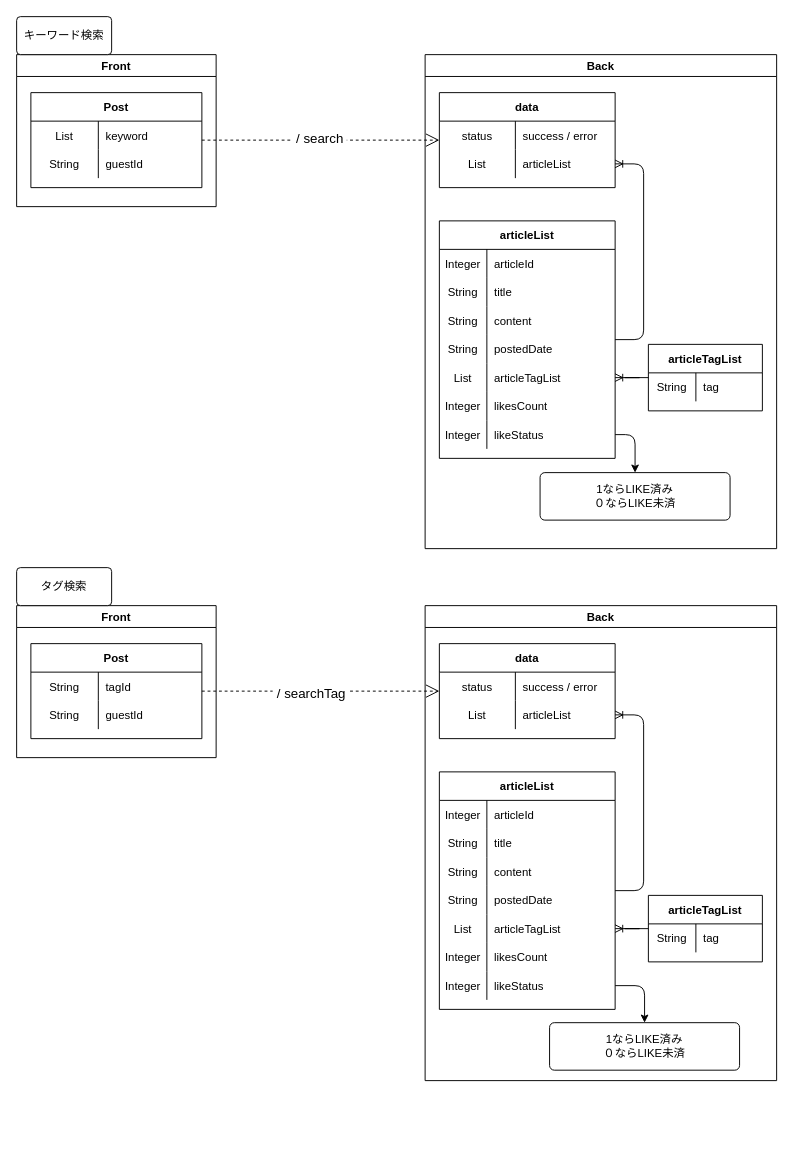
This is page "[表示]検索記事一覧" (3 of 18) of Designs/基本設計.drawio from yusuke-rakus/Qiish, a draw.io file, before an edit. Source tidied: cells renumbered, new cells numbered last; positions are measured from the earlier drawing's top-left corner, leaving out a move shared by most shapes. Both pictures are drawn from the tidied source at 95%, with x=0, y=0 at pixel (16, 16).
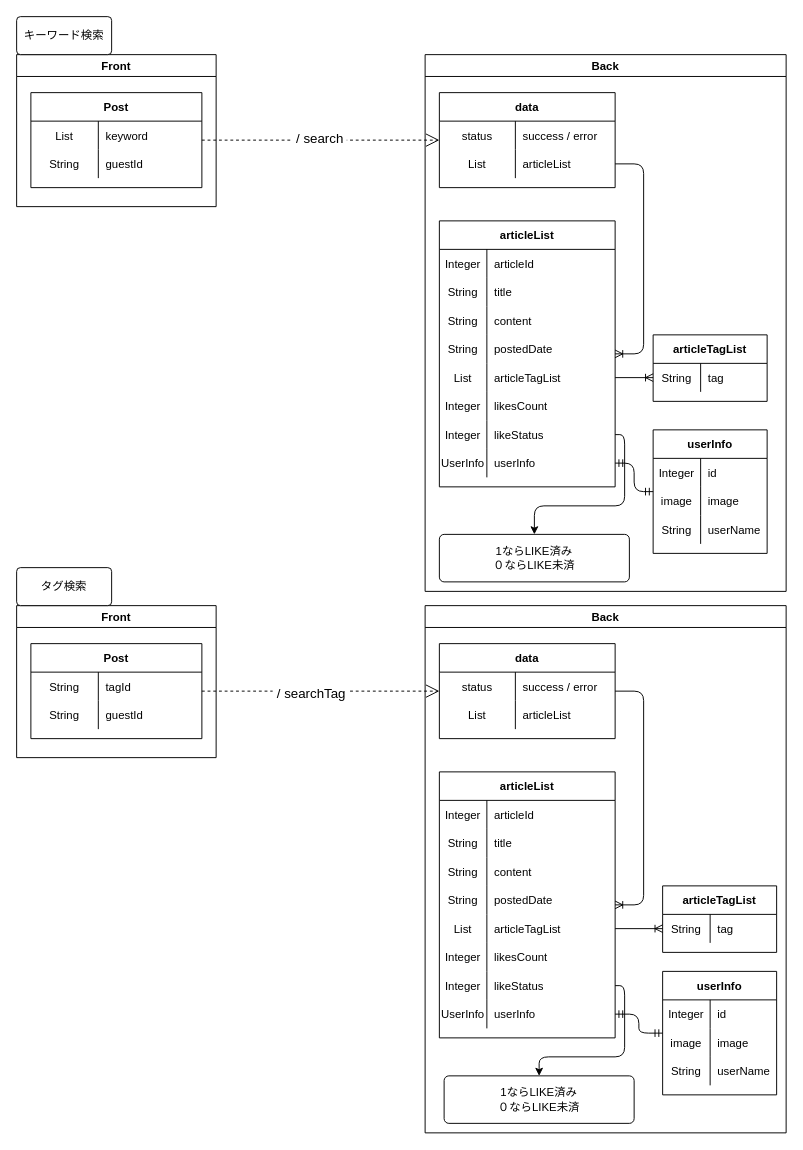
The same page after the edit.

Commit message:
基本設計の修正（キーワード検索、タグ検索）

The change refers to these unchanged cells:
```xml
<mxCell id="7" style="shape=partialRectangle;fillColor=none;top=0;left=0;bottom=0;right=0;points=[[0,0.5],[1,0.5]];portConstraint=eastwest;" parent="3" vertex="1">
  <mxGeometry y="60" width="185" height="30" as="geometry" />
</mxCell>
<mxCell id="23" style="shape=partialRectangle;fillColor=none;top=0;left=0;bottom=0;right=0;points=[[0,0.5],[1,0.5]];portConstraint=eastwest;" parent="10" vertex="1">
  <mxGeometry y="150" width="185" height="30" as="geometry" />
</mxCell>
<mxCell id="29" style="shape=partialRectangle;fillColor=none;top=0;left=0;bottom=0;right=0;points=[[0,0.5],[1,0.5]];portConstraint=eastwest;" parent="10" vertex="1">
  <mxGeometry y="210" width="185" height="30" as="geometry" />
</mxCell>
<mxCell id="33" style="shape=partialRectangle;fillColor=none;top=0;left=0;bottom=0;right=0;points=[[0,0.5],[1,0.5]];portConstraint=eastwest;" parent="32" vertex="1">
  <mxGeometry y="30" width="120" height="30" as="geometry" />
</mxCell>
<mxCell id="51" value="data" style="shape=table;startSize=30;childLayout=tableLayout;rowLines=0;fontStyle=1;align=center;" parent="50" vertex="1">
  <mxGeometry x="15" y="40" width="185" height="100" as="geometry" />
</mxCell>
<mxCell id="55" style="shape=partialRectangle;fillColor=none;top=0;left=0;bottom=0;right=0;points=[[0,0.5],[1,0.5]];portConstraint=eastwest;" parent="51" vertex="1">
  <mxGeometry y="60" width="185" height="30" as="geometry" />
</mxCell>
<mxCell id="71" style="shape=partialRectangle;fillColor=none;top=0;left=0;bottom=0;right=0;points=[[0,0.5],[1,0.5]];portConstraint=eastwest;" parent="58" vertex="1">
  <mxGeometry y="150" width="185" height="30" as="geometry" />
</mxCell>
<mxCell id="77" style="shape=partialRectangle;fillColor=none;top=0;left=0;bottom=0;right=0;points=[[0,0.5],[1,0.5]];portConstraint=eastwest;" parent="58" vertex="1">
  <mxGeometry y="210" width="185" height="30" as="geometry" />
</mxCell>
<mxCell id="81" style="shape=partialRectangle;fillColor=none;top=0;left=0;bottom=0;right=0;points=[[0,0.5],[1,0.5]];portConstraint=eastwest;" parent="80" vertex="1">
  <mxGeometry y="30" width="120" height="30" as="geometry" />
</mxCell>
```

Change to the diagram source:
```diff
@@
     <mxCell id="2" value="Back" style="swimlane;" parent="1" vertex="1">
-      <mxGeometry x="430" y="40" width="370" height="520" as="geometry" />
+      <mxGeometry x="430" y="40" width="380" height="565" as="geometry" />
     </mxCell>
@@
     <mxCell id="10" value="articleList" style="shape=table;startSize=30;childLayout=tableLayout;rowLines=0;fontStyle=1;align=center;" parent="2" vertex="1">
-      <mxGeometry x="15" y="175" width="185" height="250" as="geometry" />
+      <mxGeometry x="15" y="175" width="185" height="280" as="geometry" />
     </mxCell>
@@
+    <mxCell id="100" style="shape=partialRectangle;fillColor=none;top=0;left=0;bottom=0;right=0;points=[[0,0.5],[1,0.5]];portConstraint=eastwest;" parent="10" vertex="1">
+      <mxGeometry y="240" width="185" height="30" as="geometry" />
+    </mxCell>
+    <mxCell id="101" value="UserInfo" style="shape=partialRectangle;fillColor=none;top=0;left=0;bottom=0;right=0;overflow=hidden;" parent="100" vertex="1">
+      <mxGeometry width="50" height="30" as="geometry" />
+    </mxCell>
+    <mxCell id="102" value="userInfo" style="shape=partialRectangle;fillColor=none;top=0;left=0;bottom=0;right=0;align=left;spacingLeft=6;overflow=hidden;" parent="100" vertex="1">
+      <mxGeometry x="50" width="135" height="30" as="geometry" />
+    </mxCell>
     <mxCell id="32" value="articleTagList" style="shape=table;startSize=30;childLayout=tableLayout;rowLines=0;fontStyle=1;align=center;" parent="2" vertex="1">
-      <mxGeometry x="235" y="305" width="120" height="70" as="geometry" />
+      <mxGeometry x="240" y="295" width="120" height="70" as="geometry" />
     </mxCell>
@@
-    <mxCell id="36" style="edgeStyle=entityRelationEdgeStyle;fontSize=12;html=1;endArrow=ERoneToMany;" parent="2" edge="1" source="10" target="7">
+    <mxCell id="36" style="edgeStyle=entityRelationEdgeStyle;fontSize=12;html=1;endArrow=ERoneToMany;exitX=1;exitY=0.5;exitDx=0;exitDy=0;" parent="2" edge="1" source="7" target="10">
       <mxGeometry relative="1" as="geometry" />
     </mxCell>
-    <mxCell id="37" style="edgeStyle=entityRelationEdgeStyle;fontSize=12;html=1;endArrow=ERoneToMany;" parent="2" edge="1" source="32" target="23">
+    <mxCell id="37" style="edgeStyle=orthogonalEdgeStyle;fontSize=12;html=1;endArrow=ERoneToMany;exitX=1;exitY=0.5;exitDx=0;exitDy=0;" parent="2" edge="1" source="23" target="33">
       <mxGeometry relative="1" as="geometry" />
     </mxCell>
     <mxCell id="38" value="1ならLIKE済み&lt;br&gt;０ならLIKE未済" style="rounded=1;arcSize=10;whiteSpace=wrap;html=1;align=center;" parent="2" vertex="1">
-      <mxGeometry x="121" y="440" width="200" height="50" as="geometry" />
+      <mxGeometry x="15" y="505" width="200" height="50" as="geometry" />
     </mxCell>
     <mxCell id="39" style="edgeStyle=orthogonalEdgeStyle;html=1;exitX=1;exitY=0.5;exitDx=0;exitDy=0;" parent="2" edge="1" source="29" target="38">
-      <mxGeometry relative="1" as="geometry" />
+      <mxGeometry relative="1" as="geometry">
+        <Array as="points">
+          <mxPoint x="210" y="400" />
+          <mxPoint x="210" y="475" />
+          <mxPoint x="115" y="475" />
+        </Array>
+      </mxGeometry>
     </mxCell>
+    <mxCell id="103" value="userInfo" style="shape=table;startSize=30;childLayout=tableLayout;rowLines=0;fontStyle=1;align=center;" parent="2" vertex="1">
+      <mxGeometry x="240" y="395" width="120" height="130" as="geometry" />
+    </mxCell>
+    <mxCell id="104" style="shape=partialRectangle;fillColor=none;top=0;left=0;bottom=0;right=0;" parent="103" vertex="1">
+      <mxGeometry y="30" width="120" height="30" as="geometry" />
+    </mxCell>
+    <mxCell id="105" value="Integer" style="shape=partialRectangle;fillColor=none;top=0;left=0;bottom=0;right=0;overflow=hidden;" parent="104" vertex="1">
+      <mxGeometry width="50" height="30" as="geometry" />
+    </mxCell>
+    <mxCell id="106" value="id" style="shape=partialRectangle;fillColor=none;top=0;left=0;bottom=0;right=0;align=left;spacingLeft=6;overflow=hidden;" parent="104" vertex="1">
+      <mxGeometry x="50" width="70" height="30" as="geometry" />
+    </mxCell>
+    <mxCell id="107" style="shape=partialRectangle;fillColor=none;top=0;left=0;bottom=0;right=0;" parent="103" vertex="1">
+      <mxGeometry y="60" width="120" height="30" as="geometry" />
+    </mxCell>
+    <mxCell id="108" value="image" style="shape=partialRectangle;fillColor=none;top=0;left=0;bottom=0;right=0;overflow=hidden;" parent="107" vertex="1">
+      <mxGeometry width="50" height="30" as="geometry" />
+    </mxCell>
+    <mxCell id="109" value="image" style="shape=partialRectangle;fillColor=none;top=0;left=0;bottom=0;right=0;align=left;spacingLeft=6;overflow=hidden;" parent="107" vertex="1">
+      <mxGeometry x="50" width="70" height="30" as="geometry" />
+    </mxCell>
+    <mxCell id="110" style="shape=partialRectangle;fillColor=none;top=0;left=0;bottom=0;right=0;" parent="103" vertex="1">
+      <mxGeometry y="90" width="120" height="30" as="geometry" />
+    </mxCell>
+    <mxCell id="111" value="String" style="shape=partialRectangle;fillColor=none;top=0;left=0;bottom=0;right=0;overflow=hidden;" parent="110" vertex="1">
+      <mxGeometry width="50" height="30" as="geometry" />
+    </mxCell>
+    <mxCell id="112" value="userName" style="shape=partialRectangle;fillColor=none;top=0;left=0;bottom=0;right=0;align=left;spacingLeft=6;overflow=hidden;" parent="110" vertex="1">
+      <mxGeometry x="50" width="70" height="30" as="geometry" />
+    </mxCell>
+    <mxCell id="113" style="edgeStyle=orthogonalEdgeStyle;fontSize=12;html=1;endArrow=ERmandOne;startArrow=ERmandOne;exitX=1;exitY=0.5;exitDx=0;exitDy=0;" parent="2" edge="1" source="100" target="103">
+      <mxGeometry relative="1" as="geometry" />
+    </mxCell>
@@
     <mxCell id="50" value="Back" style="swimlane;" parent="1" vertex="1">
-      <mxGeometry x="430" y="620" width="370" height="500" as="geometry" />
+      <mxGeometry x="430" y="620" width="380" height="555" as="geometry" />
     </mxCell>
@@
     <mxCell id="58" value="articleList" style="shape=table;startSize=30;childLayout=tableLayout;rowLines=0;fontStyle=1;align=center;" parent="50" vertex="1">
-      <mxGeometry x="15" y="175" width="185" height="250" as="geometry" />
+      <mxGeometry x="15" y="175" width="185" height="280" as="geometry" />
     </mxCell>
@@
+    <mxCell id="114" style="shape=partialRectangle;fillColor=none;top=0;left=0;bottom=0;right=0;points=[[0,0.5],[1,0.5]];portConstraint=eastwest;" parent="58" vertex="1">
+      <mxGeometry y="240" width="185" height="30" as="geometry" />
+    </mxCell>
+    <mxCell id="115" value="UserInfo" style="shape=partialRectangle;fillColor=none;top=0;left=0;bottom=0;right=0;overflow=hidden;" parent="114" vertex="1">
+      <mxGeometry width="50" height="30" as="geometry" />
+    </mxCell>
+    <mxCell id="116" value="userInfo" style="shape=partialRectangle;fillColor=none;top=0;left=0;bottom=0;right=0;align=left;spacingLeft=6;overflow=hidden;" parent="114" vertex="1">
+      <mxGeometry x="50" width="135" height="30" as="geometry" />
+    </mxCell>
     <mxCell id="80" value="articleTagList" style="shape=table;startSize=30;childLayout=tableLayout;rowLines=0;fontStyle=1;align=center;" parent="50" vertex="1">
-      <mxGeometry x="235" y="305" width="120" height="70" as="geometry" />
+      <mxGeometry x="250" y="295" width="120" height="70" as="geometry" />
     </mxCell>
@@
-    <mxCell id="84" style="edgeStyle=entityRelationEdgeStyle;fontSize=12;html=1;endArrow=ERoneToMany;" parent="50" edge="1" source="58" target="55">
+    <mxCell id="84" style="edgeStyle=entityRelationEdgeStyle;fontSize=12;html=1;endArrow=ERoneToMany;" parent="50" edge="1" source="51" target="58">
       <mxGeometry relative="1" as="geometry" />
     </mxCell>
-    <mxCell id="85" style="edgeStyle=entityRelationEdgeStyle;fontSize=12;html=1;endArrow=ERoneToMany;" parent="50" edge="1" source="80" target="71">
+    <mxCell id="85" style="edgeStyle=orthogonalEdgeStyle;fontSize=12;html=1;endArrow=ERoneToMany;exitX=1;exitY=0.5;exitDx=0;exitDy=0;entryX=0;entryY=0.5;entryDx=0;entryDy=0;" parent="50" edge="1" source="71" target="81">
       <mxGeometry relative="1" as="geometry" />
     </mxCell>
     <mxCell id="86" value="1ならLIKE済み&lt;br&gt;０ならLIKE未済" style="rounded=1;arcSize=10;whiteSpace=wrap;html=1;align=center;" parent="50" vertex="1">
-      <mxGeometry x="131" y="439" width="200" height="50" as="geometry" />
+      <mxGeometry x="20" y="495" width="200" height="50" as="geometry" />
     </mxCell>
     <mxCell id="87" style="edgeStyle=orthogonalEdgeStyle;html=1;exitX=1;exitY=0.5;exitDx=0;exitDy=0;" parent="50" edge="1" source="77" target="86">
-      <mxGeometry relative="1" as="geometry" />
+      <mxGeometry relative="1" as="geometry">
+        <Array as="points">
+          <mxPoint x="210" y="400" />
+          <mxPoint x="210" y="475" />
+          <mxPoint x="120" y="475" />
+        </Array>
+      </mxGeometry>
     </mxCell>
+    <mxCell id="117" value="userInfo" style="shape=table;startSize=30;childLayout=tableLayout;rowLines=0;fontStyle=1;align=center;" parent="50" vertex="1">
+      <mxGeometry x="250" y="385" width="120" height="130" as="geometry" />
+    </mxCell>
+    <mxCell id="118" style="shape=partialRectangle;fillColor=none;top=0;left=0;bottom=0;right=0;" parent="117" vertex="1">
+      <mxGeometry y="30" width="120" height="30" as="geometry" />
+    </mxCell>
+    <mxCell id="119" value="Integer" style="shape=partialRectangle;fillColor=none;top=0;left=0;bottom=0;right=0;overflow=hidden;" parent="118" vertex="1">
+      <mxGeometry width="50" height="30" as="geometry" />
+    </mxCell>
+    <mxCell id="120" value="id" style="shape=partialRectangle;fillColor=none;top=0;left=0;bottom=0;right=0;align=left;spacingLeft=6;overflow=hidden;" parent="118" vertex="1">
+      <mxGeometry x="50" width="70" height="30" as="geometry" />
+    </mxCell>
+    <mxCell id="121" style="shape=partialRectangle;fillColor=none;top=0;left=0;bottom=0;right=0;" parent="117" vertex="1">
+      <mxGeometry y="60" width="120" height="30" as="geometry" />
+    </mxCell>
+    <mxCell id="122" value="image" style="shape=partialRectangle;fillColor=none;top=0;left=0;bottom=0;right=0;overflow=hidden;" parent="121" vertex="1">
+      <mxGeometry width="50" height="30" as="geometry" />
+    </mxCell>
+    <mxCell id="123" value="image" style="shape=partialRectangle;fillColor=none;top=0;left=0;bottom=0;right=0;align=left;spacingLeft=6;overflow=hidden;" parent="121" vertex="1">
+      <mxGeometry x="50" width="70" height="30" as="geometry" />
+    </mxCell>
+    <mxCell id="124" style="shape=partialRectangle;fillColor=none;top=0;left=0;bottom=0;right=0;" parent="117" vertex="1">
+      <mxGeometry y="90" width="120" height="30" as="geometry" />
+    </mxCell>
+    <mxCell id="125" value="String" style="shape=partialRectangle;fillColor=none;top=0;left=0;bottom=0;right=0;overflow=hidden;" parent="124" vertex="1">
+      <mxGeometry width="50" height="30" as="geometry" />
+    </mxCell>
+    <mxCell id="126" value="userName" style="shape=partialRectangle;fillColor=none;top=0;left=0;bottom=0;right=0;align=left;spacingLeft=6;overflow=hidden;" parent="124" vertex="1">
+      <mxGeometry x="50" width="70" height="30" as="geometry" />
+    </mxCell>
+    <mxCell id="127" style="edgeStyle=orthogonalEdgeStyle;fontSize=12;html=1;endArrow=ERmandOne;startArrow=ERmandOne;exitX=1;exitY=0.5;exitDx=0;exitDy=0;" parent="50" edge="1" source="114" target="117">
+      <mxGeometry relative="1" as="geometry" />
+    </mxCell>
```
